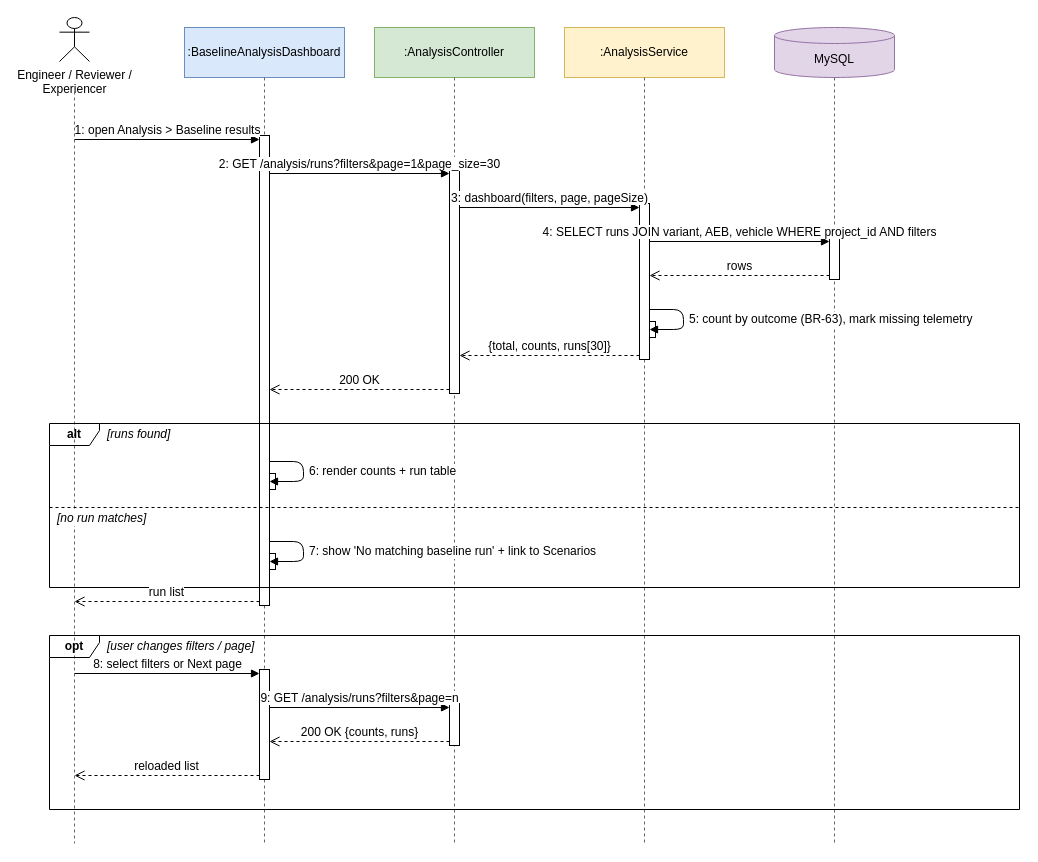
This is docs/report/diagrams/fe09-11/fe09-list-simulation-data.drawio from Menakanchi/SEP490-FA26-G15, a draw.io file, before an edit. Source tidied: cells renumbered, new cells numbered last; positions are measured from the earlier drawing's top-left corner, leaving out a move shared by most shapes. Both pictures are drawn from the tidied source at 100%, with x=0, y=0 at pixel (49, 17).
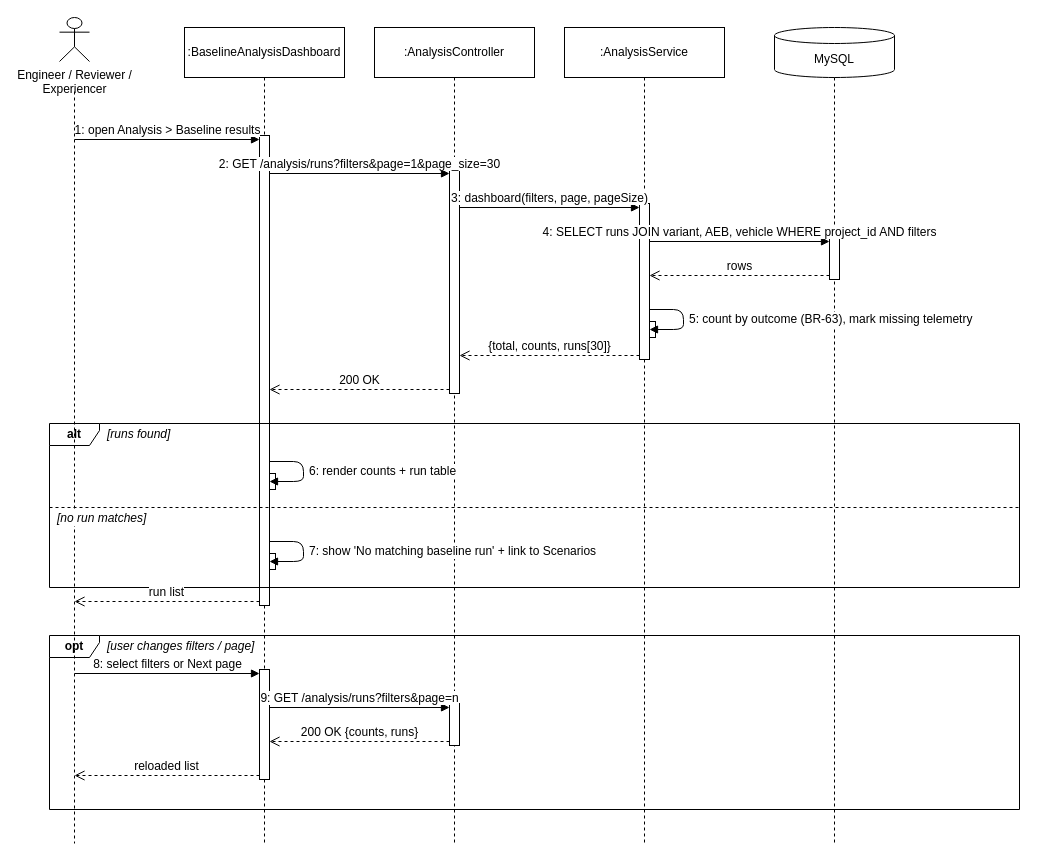
Above is the later version.

Diff of the diagram source:
```diff
@@
-    <mxCell id="3" style="endArrow=none;dashed=1;html=1;strokeColor=#666666;" parent="1" edge="1">
+    <mxCell id="3" style="endArrow=none;dashed=1;html=1;strokeColor=#000000;" parent="1" edge="1">
       <mxGeometry relative="1" as="geometry">
         <mxPoint x="25" y="74" as="sourcePoint" />
         <mxPoint x="25" y="826" as="targetPoint" />
       </mxGeometry>
     </mxCell>
-    <mxCell id="4" value=":BaselineAnalysisDashboard" style="fontFamily=Helvetica;fontSize=12;rounded=0;whiteSpace=wrap;html=1;fillColor=#dae8fc;strokeColor=#6c8ebf;fontStyle=0;" parent="1" vertex="1">
+    <mxCell id="4" value=":BaselineAnalysisDashboard" style="fontFamily=Helvetica;fontSize=12;rounded=0;whiteSpace=wrap;html=1;fillColor=#ffffff;strokeColor=#000000;fontStyle=0;" parent="1" vertex="1">
       <mxGeometry x="135" y="10" width="160" height="50" as="geometry" />
     </mxCell>
-    <mxCell id="5" style="endArrow=none;dashed=1;html=1;strokeColor=#666666;" parent="1" edge="1">
+    <mxCell id="5" style="endArrow=none;dashed=1;html=1;strokeColor=#000000;" parent="1" edge="1">
       <mxGeometry relative="1" as="geometry">
         <mxPoint x="215" y="60" as="sourcePoint" />
         <mxPoint x="215" y="826" as="targetPoint" />
       </mxGeometry>
     </mxCell>
-    <mxCell id="6" value=":AnalysisController" style="fontFamily=Helvetica;fontSize=12;rounded=0;whiteSpace=wrap;html=1;fillColor=#d5e8d4;strokeColor=#82b366;fontStyle=0;" parent="1" vertex="1">
+    <mxCell id="6" value=":AnalysisController" style="fontFamily=Helvetica;fontSize=12;rounded=0;whiteSpace=wrap;html=1;fillColor=#ffffff;strokeColor=#000000;fontStyle=0;" parent="1" vertex="1">
       <mxGeometry x="325" y="10" width="160" height="50" as="geometry" />
     </mxCell>
-    <mxCell id="7" style="endArrow=none;dashed=1;html=1;strokeColor=#666666;" parent="1" edge="1">
+    <mxCell id="7" style="endArrow=none;dashed=1;html=1;strokeColor=#000000;" parent="1" edge="1">
       <mxGeometry relative="1" as="geometry">
         <mxPoint x="405" y="60" as="sourcePoint" />
         <mxPoint x="405" y="826" as="targetPoint" />
       </mxGeometry>
     </mxCell>
-    <mxCell id="8" value=":AnalysisService" style="fontFamily=Helvetica;fontSize=12;rounded=0;whiteSpace=wrap;html=1;fillColor=#fff2cc;strokeColor=#d6b656;fontStyle=0;" parent="1" vertex="1">
+    <mxCell id="8" value=":AnalysisService" style="fontFamily=Helvetica;fontSize=12;rounded=0;whiteSpace=wrap;html=1;fillColor=#ffffff;strokeColor=#000000;fontStyle=0;" parent="1" vertex="1">
       <mxGeometry x="515" y="10" width="160" height="50" as="geometry" />
     </mxCell>
-    <mxCell id="9" style="endArrow=none;dashed=1;html=1;strokeColor=#666666;" parent="1" edge="1">
+    <mxCell id="9" style="endArrow=none;dashed=1;html=1;strokeColor=#000000;" parent="1" edge="1">
       <mxGeometry relative="1" as="geometry">
         <mxPoint x="595" y="60" as="sourcePoint" />
         <mxPoint x="595" y="826" as="targetPoint" />
       </mxGeometry>
     </mxCell>
-    <mxCell id="10" value="MySQL" style="fontFamily=Helvetica;fontSize=12;shape=cylinder3;whiteSpace=wrap;html=1;boundedLbl=1;backgroundOutline=1;size=8;fillColor=#e1d5e7;strokeColor=#9673a6;" parent="1" vertex="1">
+    <mxCell id="10" value="MySQL" style="fontFamily=Helvetica;fontSize=12;shape=cylinder3;whiteSpace=wrap;html=1;boundedLbl=1;backgroundOutline=1;size=8;fillColor=#ffffff;strokeColor=#000000;" parent="1" vertex="1">
       <mxGeometry x="725" y="10" width="120" height="50" as="geometry" />
     </mxCell>
-    <mxCell id="11" style="endArrow=none;dashed=1;html=1;strokeColor=#666666;" parent="1" edge="1">
+    <mxCell id="11" style="endArrow=none;dashed=1;html=1;strokeColor=#000000;" parent="1" edge="1">
       <mxGeometry relative="1" as="geometry">
         <mxPoint x="785" y="60" as="sourcePoint" />
         <mxPoint x="785" y="826" as="targetPoint" />
       </mxGeometry>
     </mxCell>
```
